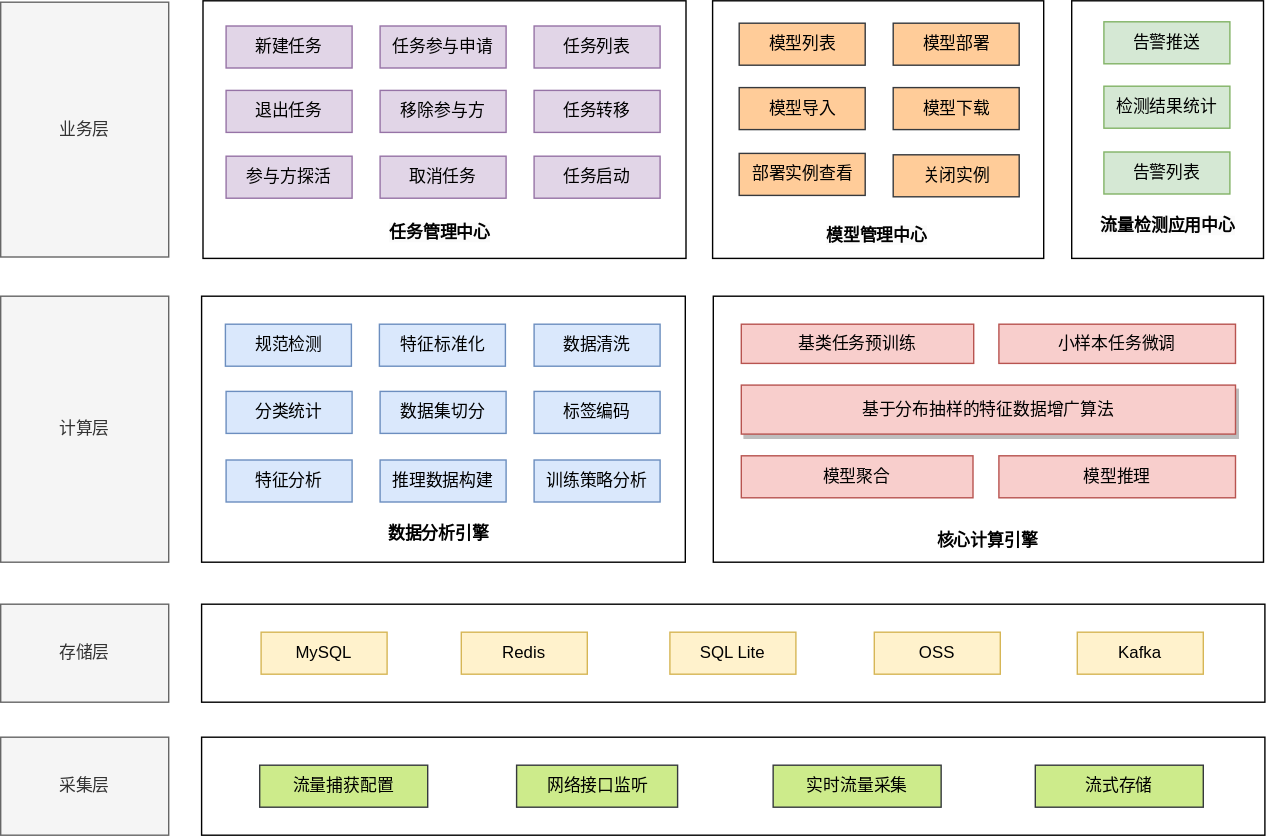
This is 系统架构.svg from hiro942/drawio, a draw.io export, as it was before one commit. Source tidied: cells renumbered, new cells last; positions are measured from the earlier drawing's top-left corner, leaving out a move shared by most shapes.
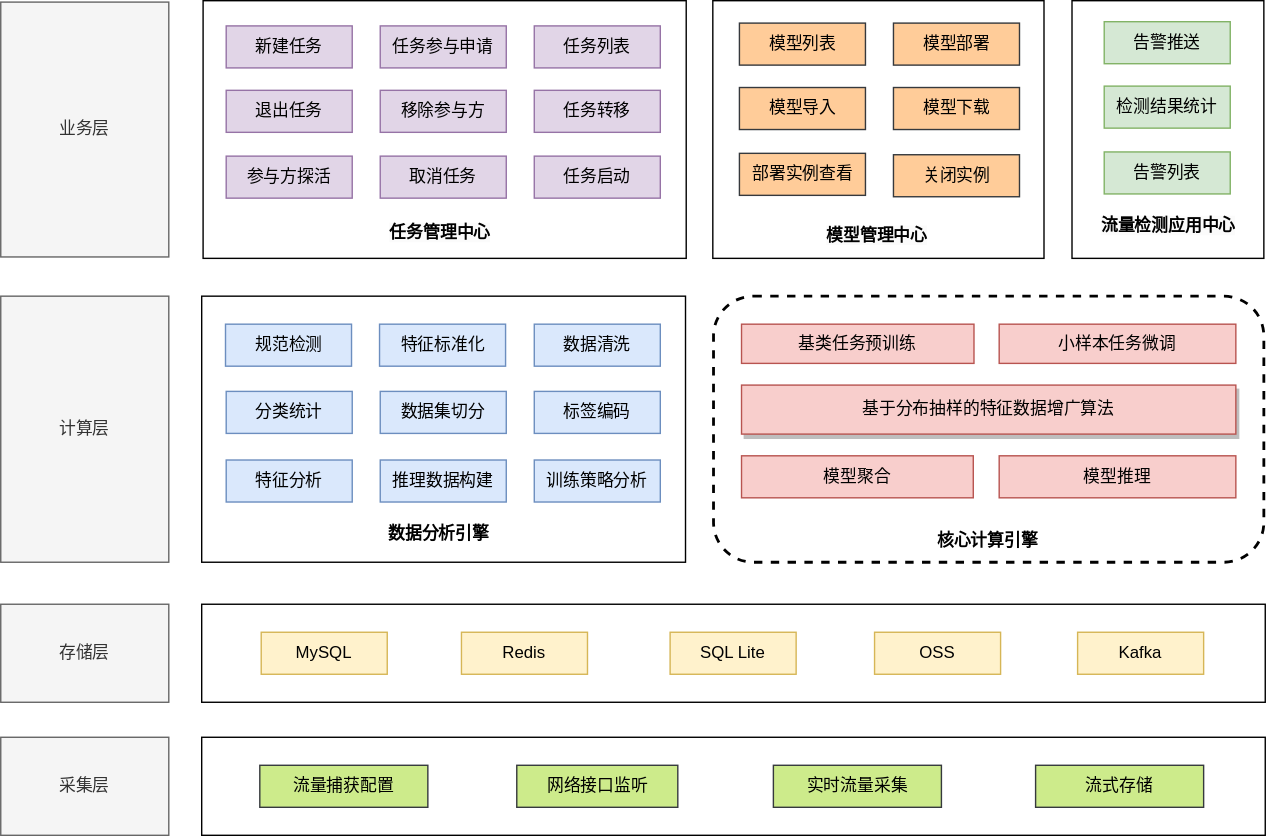
After the change.

Commit message:
更新系统架构.svg

Change to the diagram source:
```diff
@@ -14,7 +14,7 @@
     <mxCell id="5" style="rounded=0;whiteSpace=wrap;html=1;" parent="1" vertex="1">
       <mxGeometry x="144.5" width="345" height="184" as="geometry" />
     </mxCell>
-    <mxCell id="6" style="rounded=0;whiteSpace=wrap;html=1;" parent="1" vertex="1">
+    <mxCell id="6" style="rounded=1;whiteSpace=wrap;html=1;dashed=1;strokeWidth=2;" parent="1" vertex="1">
       <mxGeometry x="509" y="211" width="393" height="190" as="geometry" />
     </mxCell>
     <mxCell id="7" style="rounded=0;whiteSpace=wrap;html=1;" parent="1" vertex="1">
```
